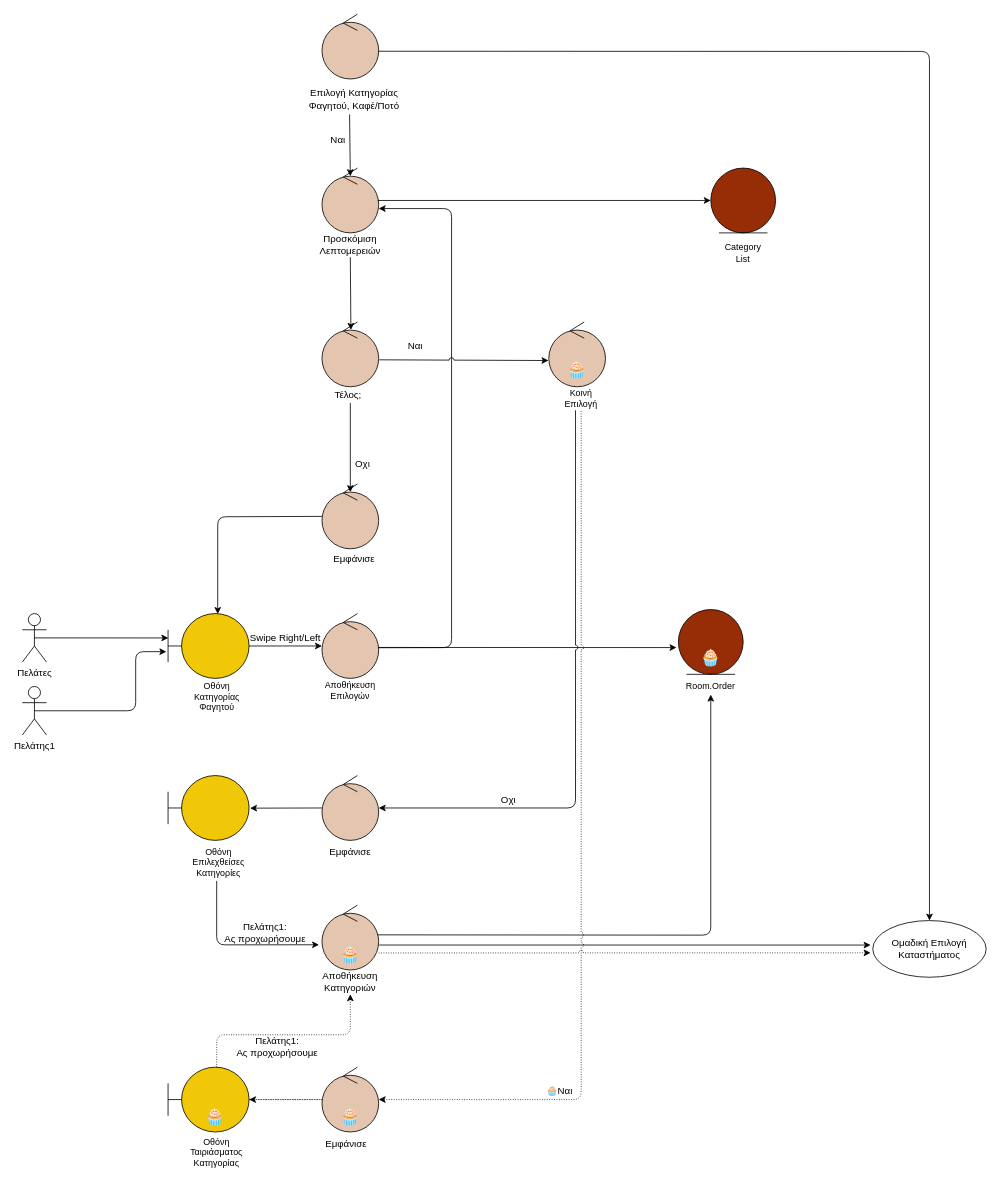
The draw.io diagram docs/contributions/JoannaAgo/Phase_5/Team Choice - Category/Team_Choice_Category_Robustness.drawio in iloudaros/nomnomr, before the edit. Source tidied: cells renumbered, new cells numbered last; positions are measured from the earlier drawing's top-left corner, leaving out a move shared by most shapes. Both pictures are drawn from the tidied source at 81%, with x=0, y=0 at pixel (22, 14).
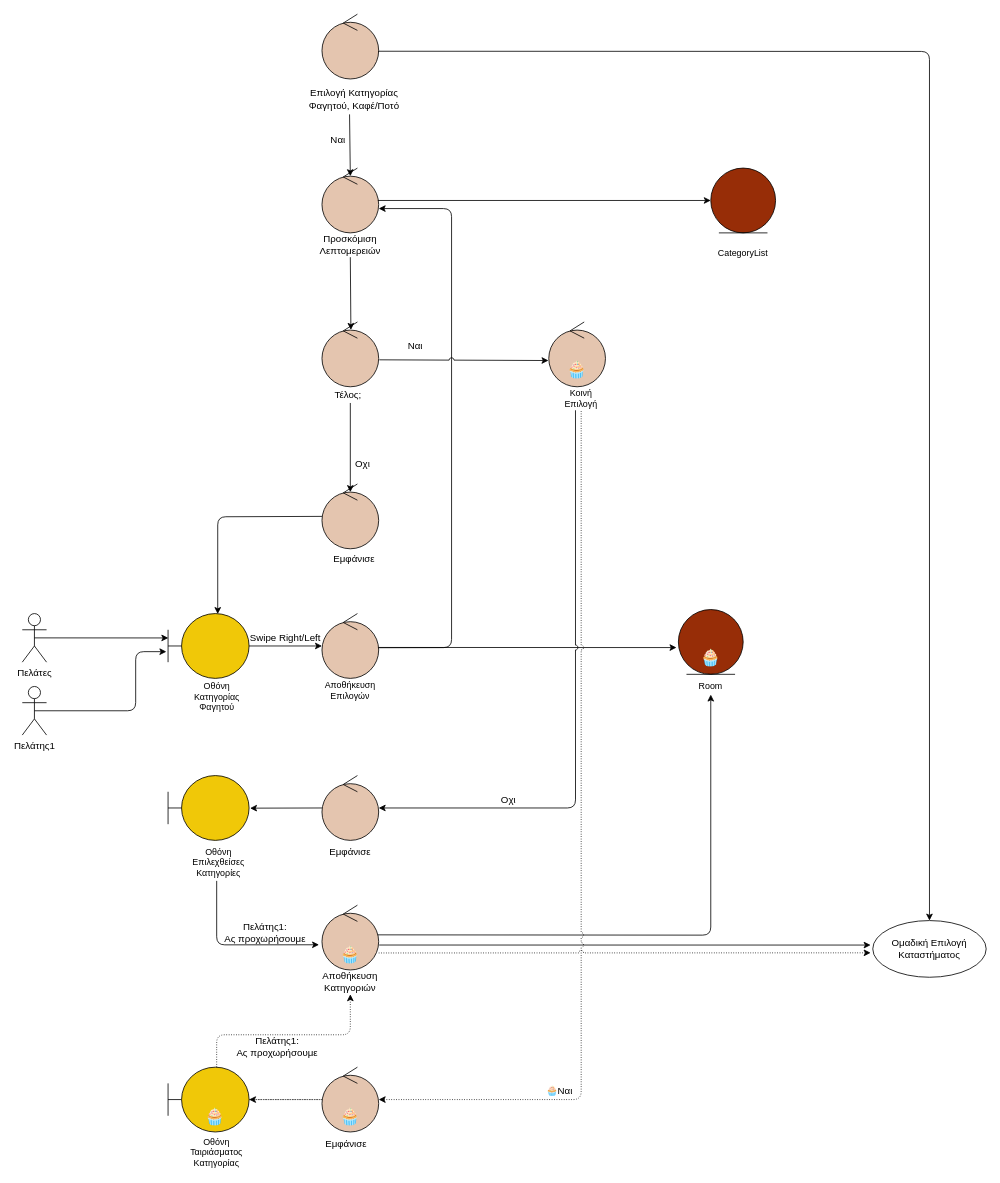
The same diagram, later.

The edit, as a diff of the source:
```diff
@@
-    <mxCell id="15" value="Category List" style="text;html=1;strokeColor=none;fillColor=none;align=center;verticalAlign=middle;whiteSpace=wrap;rounded=0;fontSize=11;" parent="1" vertex="1">
+    <mxCell id="15" value="CategoryList" style="text;html=1;strokeColor=none;fillColor=none;align=center;verticalAlign=middle;whiteSpace=wrap;rounded=0;fontSize=11;" parent="1" vertex="1">
       <mxGeometry x="860" y="280" width="60" height="30" as="geometry" />
     </mxCell>
@@
-    <mxCell id="19" value="Room.Order" style="text;html=1;strokeColor=none;fillColor=none;align=center;verticalAlign=middle;whiteSpace=wrap;rounded=0;fontSize=11;" parent="1" vertex="1">
+    <mxCell id="19" value="Room" style="text;html=1;strokeColor=none;fillColor=none;align=center;verticalAlign=middle;whiteSpace=wrap;rounded=0;fontSize=11;" parent="1" vertex="1">
       <mxGeometry x="820" y="815" width="60" height="30" as="geometry" />
     </mxCell>
```
